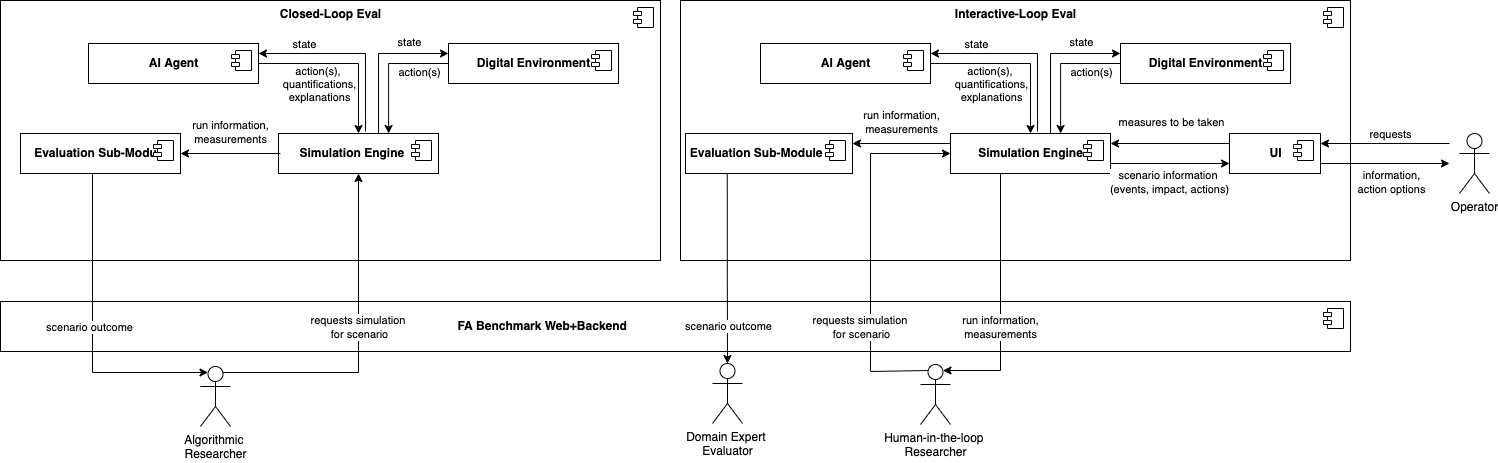
flatland-association/flatland-benchmarks keeps this draw.io diagram as docs/img/readme/Closed_and_Interactive_Loop_Eval.drawio.png. Above is the earlier version. Source tidied: cells renumbered, new cells last; positions are measured from the earlier drawing's top-left corner, leaving out a move shared by most shapes.
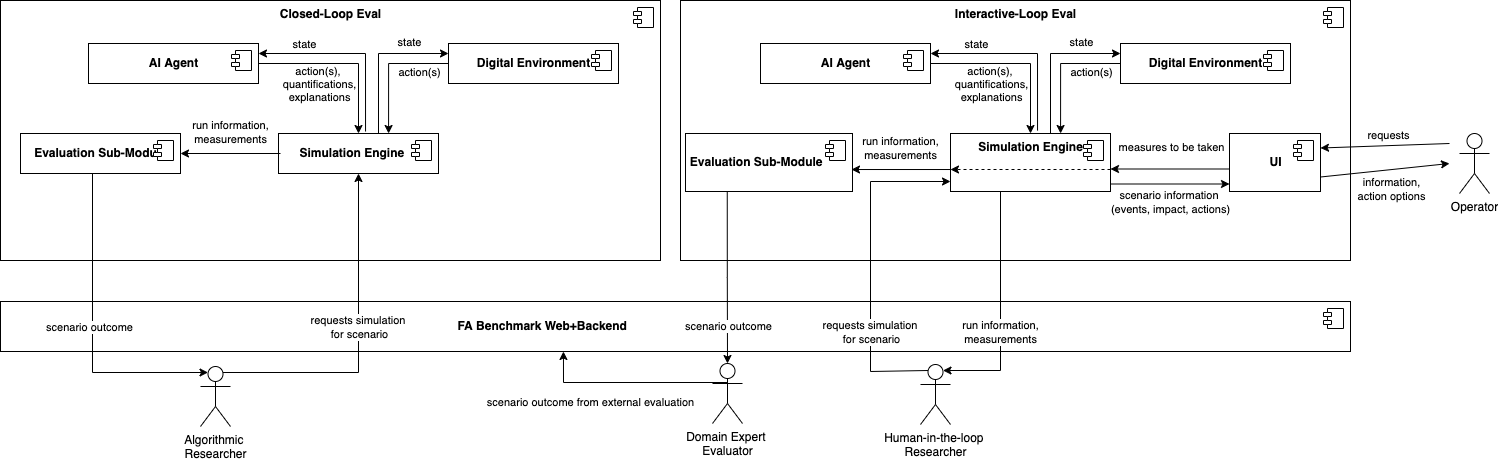
The same diagram one commit later.

What changed in the source:
```diff
@@ -42,8 +42,8 @@
         <mxPoint x="-27" y="7" as="offset" />
       </mxGeometry>
     </mxCell>
-    <mxCell id="12" value="&lt;b&gt;Simulation Engine&lt;/b&gt;" style="html=1;verticalAlign=middle;" parent="1" vertex="1">
-      <mxGeometry x="950" y="133" width="160" height="40" as="geometry" />
+    <mxCell id="12" value="&lt;b&gt;Simulation Engine&lt;/b&gt;" style="html=1;verticalAlign=top;" parent="1" vertex="1">
+      <mxGeometry x="950" y="133" width="160" height="58" as="geometry" />
     </mxCell>
     <mxCell id="13" style="shape=module;jettyWidth=8;jettyHeight=4;verticalAlign=middle;" parent="12" vertex="1">
       <mxGeometry x="1" width="20" height="20" relative="1" as="geometry">
@@ -51,7 +51,7 @@
       </mxGeometry>
     </mxCell>
     <mxCell id="14" value="&lt;b&gt;Evaluation Sub-Module&amp;nbsp; &amp;nbsp; &amp;nbsp; &amp;nbsp;&amp;nbsp;&lt;/b&gt;" style="html=1;verticalAlign=middle;" parent="1" vertex="1">
-      <mxGeometry x="685" y="133" width="167" height="40" as="geometry" />
+      <mxGeometry x="685" y="133" width="167" height="58" as="geometry" />
     </mxCell>
     <mxCell id="15" style="shape=module;jettyWidth=8;jettyHeight=4;verticalAlign=middle;" parent="14" vertex="1">
       <mxGeometry x="1" width="20" height="20" relative="1" as="geometry">
@@ -85,7 +85,7 @@
       </mxGeometry>
     </mxCell>
     <mxCell id="22" value="&lt;b&gt;UI&lt;/b&gt;" style="html=1;verticalAlign=middle;" parent="1" vertex="1">
-      <mxGeometry x="1229" y="133" width="91" height="40" as="geometry" />
+      <mxGeometry x="1229" y="133" width="91" height="58" as="geometry" />
     </mxCell>
     <mxCell id="23" style="shape=module;jettyWidth=8;jettyHeight=4;" parent="22" vertex="1">
       <mxGeometry x="1" width="20" height="20" relative="1" as="geometry">
@@ -144,17 +144,19 @@
         <mxPoint x="-14" y="-43" as="offset" />
       </mxGeometry>
     </mxCell>
-    <mxCell id="36" style="endArrow=none;startArrow=classic;html=1;rounded=0;edgeStyle=orthogonalEdgeStyle;startFill=1;endFill=0;exitX=0;exitY=0.5;exitDx=0;exitDy=0;entryX=0.25;entryY=0.1;entryDx=0;entryDy=0;entryPerimeter=0;" parent="1" edge="1" source="12" target="24">
+    <mxCell id="36" style="endArrow=none;startArrow=classic;html=1;rounded=0;edgeStyle=orthogonalEdgeStyle;startFill=1;endFill=0;entryX=0.25;entryY=0.1;entryDx=0;entryDy=0;entryPerimeter=0;" parent="1" edge="1" target="24">
       <mxGeometry relative="1" as="geometry">
+        <mxPoint x="950" y="181" as="sourcePoint" />
         <Array as="points">
-          <mxPoint x="870" y="153" />
+          <mxPoint x="950" y="181" />
+          <mxPoint x="870" y="181" />
           <mxPoint x="870" y="371" />
         </Array>
       </mxGeometry>
     </mxCell>
     <mxCell id="37" value="requests simulation&amp;nbsp;&lt;br&gt;for scenario" style="edgeLabel;html=1;align=center;verticalAlign=middle;" parent="36" vertex="1">
       <mxGeometry x="-0.49" y="2" relative="1" as="geometry">
-        <mxPoint x="-12" y="162" as="offset" />
+        <mxPoint x="-2" y="146" as="offset" />
       </mxGeometry>
     </mxCell>
     <mxCell id="38" style="endArrow=classic;startArrow=none;html=1;rounded=0;edgeStyle=orthogonalEdgeStyle;startFill=0;endFill=1;entryX=0.75;entryY=0.1;entryDx=0;entryDy=0;entryPerimeter=0;" parent="1" edge="1" source="12" target="24">
@@ -166,10 +168,10 @@
     </mxCell>
     <mxCell id="39" value="run information,&lt;br&gt;measurements" style="edgeLabel;html=1;align=center;verticalAlign=middle;" parent="38" vertex="1">
       <mxGeometry x="-0.58" y="-1" relative="1" as="geometry">
-        <mxPoint y="99" as="offset" />
+        <mxPoint y="90" as="offset" />
       </mxGeometry>
     </mxCell>
-    <mxCell id="40" style="endArrow=classic;html=1;rounded=0;entryX=1;entryY=0.25;entryDx=0;entryDy=0;exitX=0;exitY=0.25;exitDx=0;exitDy=0;" parent="1" edge="1" source="12" target="14">
+    <mxCell id="40" style="endArrow=classic;html=1;rounded=0;entryX=0.994;entryY=0.621;entryDx=0;entryDy=0;exitX=0.006;exitY=0.621;exitDx=0;exitDy=0;entryPerimeter=0;exitPerimeter=0;" parent="1" edge="1" source="12" target="14">
       <mxGeometry relative="1" as="geometry" />
     </mxCell>
     <mxCell id="41" value="run information,&lt;br&gt;measurements" style="edgeLabel;html=1;align=center;verticalAlign=middle;" parent="40" vertex="1">
@@ -187,20 +189,26 @@
         <mxPoint x="14" y="17" as="offset" />
       </mxGeometry>
     </mxCell>
-    <mxCell id="44" style="endArrow=classic;html=1;rounded=0;entryX=1;entryY=0.25;entryDx=0;entryDy=0;exitX=0;exitY=0.25;exitDx=0;exitDy=0;" parent="1" edge="1" source="22" target="12">
-      <mxGeometry relative="1" as="geometry" />
+    <mxCell id="44" style="endArrow=classic;html=1;rounded=0;entryX=1;entryY=0.25;entryDx=0;entryDy=0;exitX=0;exitY=0.25;exitDx=0;exitDy=0;" parent="1" edge="1">
+      <mxGeometry relative="1" as="geometry">
+        <mxPoint x="1229" y="168.5" as="sourcePoint" />
+        <mxPoint x="1110" y="168.5" as="targetPoint" />
+      </mxGeometry>
     </mxCell>
     <mxCell id="45" value="measures to be taken" style="edgeLabel;html=1;align=center;verticalAlign=middle;" parent="44" vertex="1">
       <mxGeometry x="-0.12" y="-1" relative="1" as="geometry">
         <mxPoint x="-7" y="-21" as="offset" />
       </mxGeometry>
     </mxCell>
-    <mxCell id="46" style="endArrow=classic;html=1;rounded=0;entryX=0;entryY=0.75;entryDx=0;entryDy=0;exitX=1;exitY=0.75;exitDx=0;exitDy=0;" parent="1" edge="1" source="12" target="22">
-      <mxGeometry relative="1" as="geometry" />
+    <mxCell id="46" style="endArrow=classic;html=1;rounded=0;entryX=0;entryY=0.75;entryDx=0;entryDy=0;exitX=1;exitY=0.75;exitDx=0;exitDy=0;" parent="1" edge="1">
+      <mxGeometry relative="1" as="geometry">
+        <mxPoint x="1110" y="183.5" as="sourcePoint" />
+        <mxPoint x="1229" y="183.5" as="targetPoint" />
+      </mxGeometry>
     </mxCell>
-    <mxCell id="47" value="scenario information &lt;br&gt;(events, impact, actions)" style="edgeLabel;html=1;align=center;verticalAlign=middle;" parent="46" vertex="1">
+    <mxCell id="47" value="scenario information &lt;br&gt;(events, impact, actions)" style="edgeLabel;html=1;align=center;verticalAlign=middle;labelBackgroundColor=none;" parent="46" vertex="1">
       <mxGeometry x="-0.12" y="-1" relative="1" as="geometry">
-        <mxPoint x="6" y="17" as="offset" />
+        <mxPoint x="7" y="17" as="offset" />
       </mxGeometry>
     </mxCell>
     <mxCell id="48" value="&lt;b&gt;AI Agent&lt;/b&gt;" style="html=1;verticalAlign=middle;" parent="1" vertex="1">
@@ -282,8 +290,27 @@
     </mxCell>
     <mxCell id="67" value="scenario outcome" style="edgeLabel;html=1;align=center;verticalAlign=middle;" parent="66" vertex="1">
       <mxGeometry x="0.05" y="3" relative="1" as="geometry">
-        <mxPoint x="-3" y="53" as="offset" />
+        <mxPoint x="-3" y="45" as="offset" />
       </mxGeometry>
     </mxCell>
+    <mxCell id="68" style="endArrow=classic;html=1;rounded=0;exitX=1;exitY=0.5;exitDx=0;exitDy=0;dashed=1;" parent="1" edge="1">
+      <mxGeometry relative="1" as="geometry">
+        <mxPoint x="1110" y="169" as="sourcePoint" />
+        <mxPoint x="950" y="169" as="targetPoint" />
+      </mxGeometry>
+    </mxCell>
+    <mxCell id="69" style="endArrow=none;startArrow=classic;html=1;rounded=0;edgeStyle=orthogonalEdgeStyle;startFill=1;endFill=0;exitX=0.417;exitY=1;exitDx=0;exitDy=0;entryX=0.5;entryY=0.5;entryDx=0;entryDy=0;entryPerimeter=0;exitPerimeter=0;" parent="1" edge="1" source="2" target="26">
+      <mxGeometry relative="1" as="geometry">
+        <Array as="points">
+          <mxPoint x="563" y="382" />
+          <mxPoint x="727" y="382" />
+        </Array>
+      </mxGeometry>
+    </mxCell>
+    <mxCell id="70" value="scenario outcome from external evaluation" style="edgeLabel;html=1;align=center;verticalAlign=middle;" parent="69" vertex="1">
+      <mxGeometry x="-0.63" y="-1" relative="1" as="geometry">
+        <mxPoint x="20" y="18" as="offset" />
+      </mxGeometry>
+    </mxCell>
   </root>
 </mxGraphModel>
```
